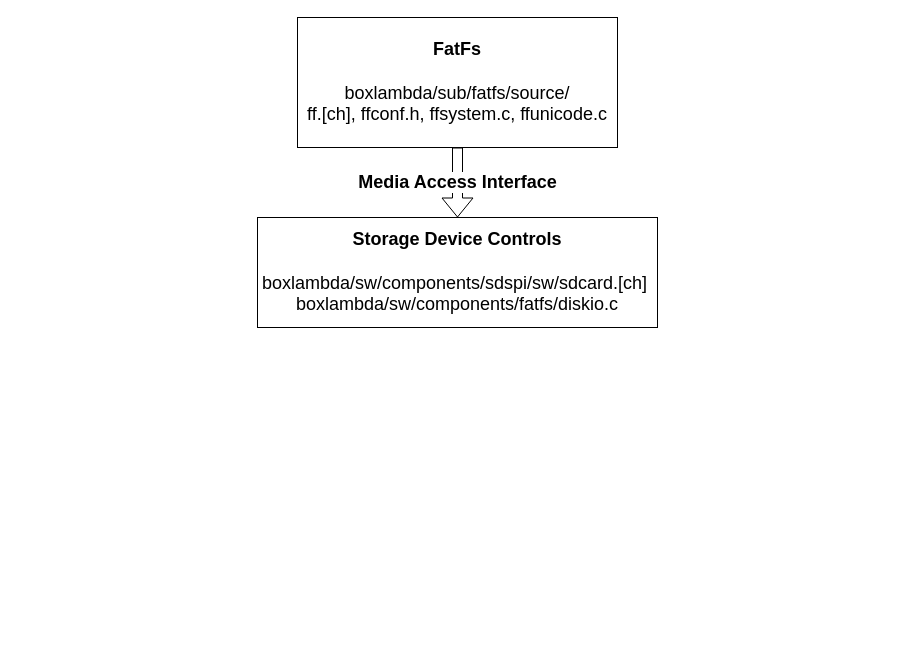
This is docs/assets/FatFs-Media-Access-Interface.drawio from epsilon537/boxlambda, a draw.io file, before an edit. Source tidied: cells renumbered, new cells numbered last; positions are measured from the earlier drawing's top-left corner, leaving out a move shared by most shapes. Both pictures are drawn from the tidied source at 100%, with x=0, y=0 at pixel (87, 17).
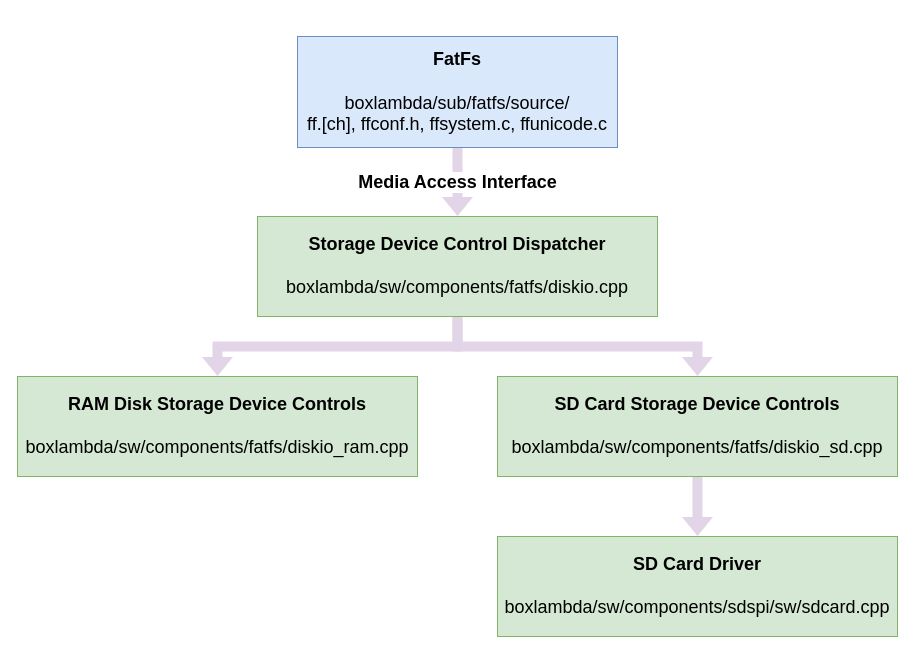
The same diagram, later.

Diff of the diagram source:
```diff
@@
 <mxGraphModel>
   <root>
     <mxCell id="0" />
     <mxCell id="1" parent="0" />
     <mxCell id="2" style="rounded=0;whiteSpace=wrap;html=1;fillColor=none;strokeColor=none;" parent="1" vertex="1">
       <mxGeometry y="119" width="730" height="60" as="geometry" />
     </mxCell>
-    <mxCell id="3" value="&lt;font style=&quot;font-size: 18px;&quot;&gt;&lt;b&gt;FatFs&lt;br&gt;&lt;br&gt;&lt;/b&gt;boxlambda/sub/fatfs/source/&lt;br&gt;ff.[ch], ffconf.h, ffsystem.c, ffunicode.c&lt;/font&gt;" style="rounded=0;whiteSpace=wrap;html=1;" parent="1" vertex="1">
-      <mxGeometry x="210" width="320" height="130" as="geometry" />
+    <mxCell id="3" value="&lt;font style=&quot;font-size: 18px;&quot;&gt;&lt;b&gt;FatFs&lt;br&gt;&lt;br&gt;&lt;/b&gt;boxlambda/sub/fatfs/source/&lt;br&gt;ff.[ch], ffconf.h, ffsystem.c, ffunicode.c&lt;/font&gt;" style="rounded=0;whiteSpace=wrap;html=1;fillColor=#dae8fc;strokeColor=#6c8ebf;" parent="1" vertex="1">
+      <mxGeometry x="210" y="19" width="320" height="111" as="geometry" />
     </mxCell>
-    <mxCell id="4" value="&lt;b&gt;Storage Device Controls&lt;/b&gt;&lt;br&gt;&lt;br&gt;boxlambda/sw/components/sdspi/sw/sdcard.[ch]&amp;nbsp;&lt;div&gt;boxlambda/sw/components/fatfs/diskio.c&lt;/div&gt;" style="rounded=0;whiteSpace=wrap;html=1;fontSize=18;" parent="1" vertex="1">
-      <mxGeometry x="170" y="200" width="400" height="110" as="geometry" />
+    <mxCell id="4" value="&lt;b&gt;Storage Device Control Dispatcher&lt;/b&gt;&lt;br&gt;&lt;br&gt;&lt;div&gt;boxlambda/sw/components/fatfs/diskio.cpp&lt;/div&gt;" style="rounded=0;whiteSpace=wrap;html=1;fontSize=18;fillColor=#d5e8d4;strokeColor=#82b366;" parent="1" vertex="1">
+      <mxGeometry x="170" y="199" width="400" height="100" as="geometry" />
     </mxCell>
-    <mxCell id="5" value="Media Access Interface" style="shape=flexArrow;endArrow=classic;html=1;rounded=0;fontSize=18;entryX=0.5;entryY=0;entryDx=0;entryDy=0;exitX=0.5;exitY=1;exitDx=0;exitDy=0;fontStyle=1;" parent="1" edge="1" source="3" target="4">
+    <mxCell id="5" value="Media Access Interface" style="shape=flexArrow;endArrow=classic;html=1;rounded=0;fontSize=18;entryX=0.5;entryY=0;entryDx=0;entryDy=0;exitX=0.5;exitY=1;exitDx=0;exitDy=0;fontStyle=1;strokeColor=none;fillColor=#e1d5e7;" parent="1" edge="1" source="3" target="4">
       <mxGeometry relative="1" as="geometry" />
     </mxCell>
+    <mxCell id="6" value="&lt;b&gt;RAM Disk Storage Device Controls&lt;/b&gt;&lt;br&gt;&lt;br&gt;&lt;div&gt;boxlambda/sw/components/fatfs/diskio_ram.cpp&lt;/div&gt;" style="rounded=0;whiteSpace=wrap;html=1;fontSize=18;fillColor=#d5e8d4;strokeColor=#82b366;" parent="1" vertex="1">
+      <mxGeometry x="-70" y="359" width="400" height="100" as="geometry" />
+    </mxCell>
+    <mxCell id="7" value="&lt;b&gt;SD Card Storage Device Controls&lt;/b&gt;&lt;br&gt;&lt;br&gt;&lt;div&gt;boxlambda/sw/components/fatfs/diskio_sd.cpp&lt;/div&gt;" style="rounded=0;whiteSpace=wrap;html=1;fontSize=18;fillColor=#d5e8d4;strokeColor=#82b366;" parent="1" vertex="1">
+      <mxGeometry x="410" y="359" width="400" height="100" as="geometry" />
+    </mxCell>
+    <mxCell id="8" value="&lt;b&gt;SD Card Driver&lt;/b&gt;&lt;br&gt;&lt;br&gt;&lt;div&gt;boxlambda/sw/components/sdspi/sw/sdcard.cpp&lt;/div&gt;" style="rounded=0;whiteSpace=wrap;html=1;fontSize=18;fillColor=#d5e8d4;strokeColor=#82b366;" parent="1" vertex="1">
+      <mxGeometry x="410" y="519" width="400" height="100" as="geometry" />
+    </mxCell>
+    <mxCell id="9" style="shape=flexArrow;endArrow=classic;html=1;rounded=0;edgeStyle=orthogonalEdgeStyle;fillColor=#e1d5e7;strokeColor=none;" parent="1" edge="1" source="4" target="6">
+      <mxGeometry relative="1" as="geometry" />
+    </mxCell>
+    <mxCell id="10" style="shape=flexArrow;endArrow=classic;html=1;rounded=0;edgeStyle=orthogonalEdgeStyle;fillColor=#e1d5e7;strokeColor=none;" parent="1" edge="1" source="4" target="7">
+      <mxGeometry relative="1" as="geometry" />
+    </mxCell>
+    <mxCell id="11" style="shape=flexArrow;endArrow=classic;html=1;rounded=0;fillColor=#e1d5e7;strokeColor=none;" parent="1" edge="1" source="7" target="8">
+      <mxGeometry relative="1" as="geometry" />
+    </mxCell>
   </root>
 </mxGraphModel>
```
